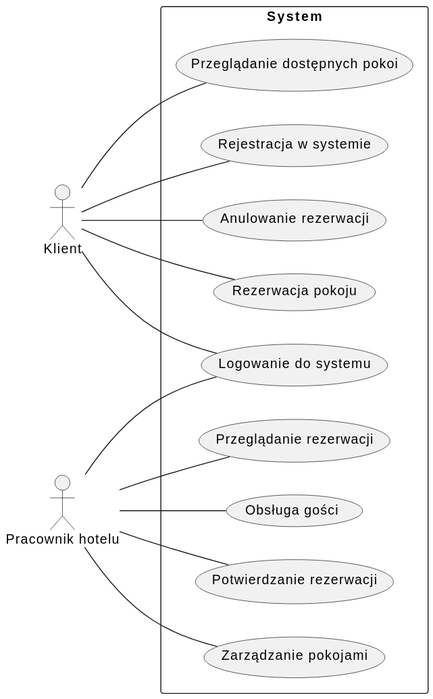
Earlier version of the PlantUML export diagrams/use_case_diagram.svg (jdaszkiewicz/diagramy).
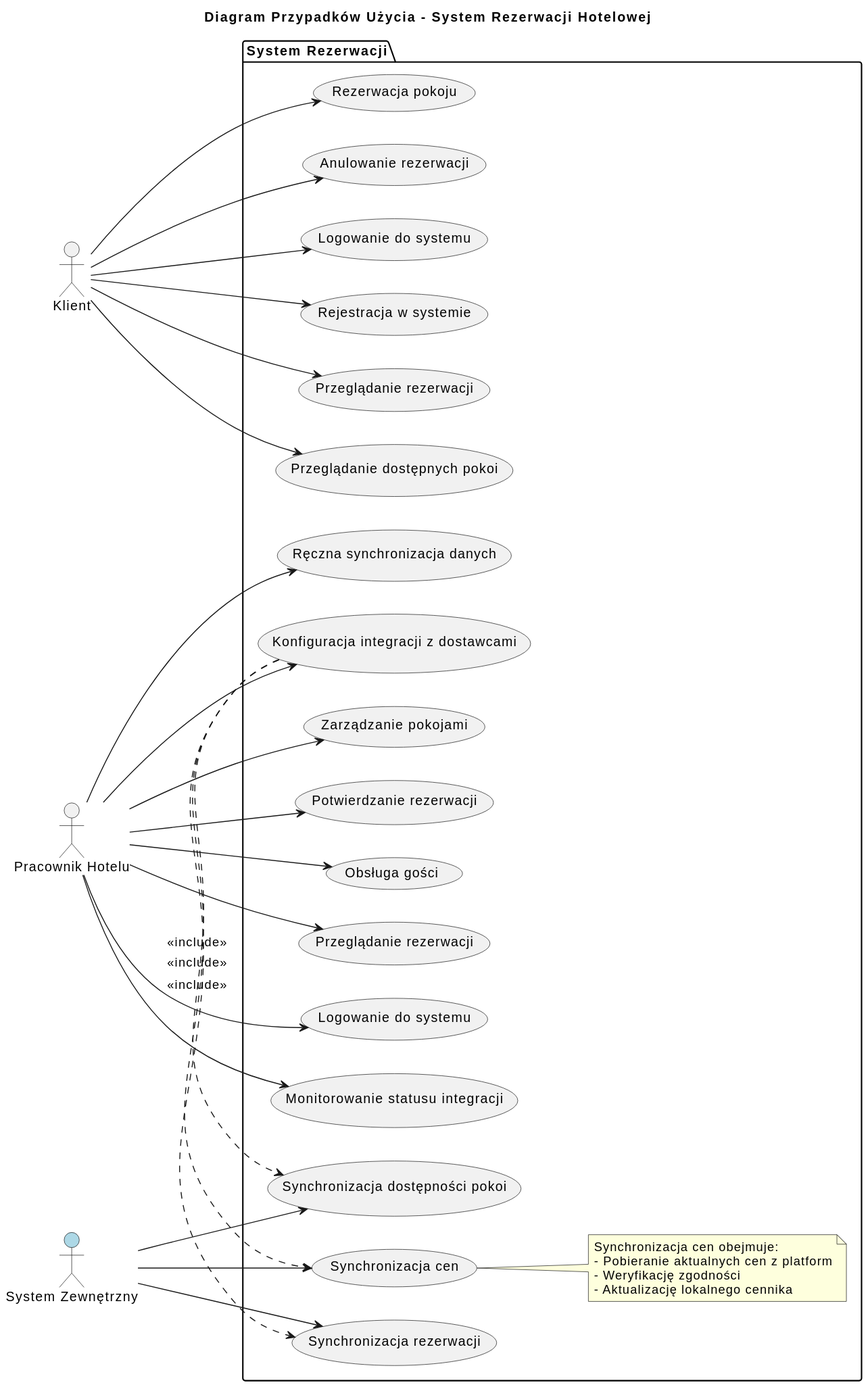
After the change.

The edit, as a diff of the source:
```diff
@@ -1,19 +1,63 @@
 @startuml
-left to right direction
+title Diagram Przypadków Użycia - System Rezerwacji Hotelowej
+
+ left to right direction
+
  actor Klient
- actor "Pracownik hotelu" as Pracownik
+ actor "Pracownik Hotelu" as Pracownik
+ actor "System Zewnętrzny" as ExternalSystem #lightblue
 
- rectangle System {
-   Klient -- (Przeglądanie dostępnych pokoi)
-   Klient -- (Rezerwacja pokoju)
-   Klient -- (Anulowanie rezerwacji)
-   Klient -- (Logowanie do systemu)
-   Klient -- (Rejestracja w systemie)
+ package "System Rezerwacji" {
+   usecase "Przeglądanie dostępnych pokoi" as UC1
+   usecase "Rezerwacja pokoju" as UC2
+   usecase "Anulowanie rezerwacji" as UC3
+   usecase "Logowanie do systemu" as UC4
+   usecase "Rejestracja w systemie" as UC5
+   usecase "Przeglądanie rezerwacji" as UC6
 
-   Pracownik -- (Zarządzanie pokojami)
-   Pracownik -- (Potwierdzanie rezerwacji)
-   Pracownik -- (Obsługa gości)
-   Pracownik -- (Przeglądanie rezerwacji)
-   Pracownik -- (Logowanie do systemu)
+   usecase "Zarządzanie pokojami" as UC7
+   usecase "Potwierdzanie rezerwacji" as UC8
+   usecase "Obsługa gości" as UC9
+   usecase "Przeglądanie rezerwacji" as UC10
+   usecase "Logowanie do systemu" as UC11
+
+   usecase "Konfiguracja integracji z dostawcami" as UC12
+   usecase "Monitorowanie statusu integracji" as UC13
+   usecase "Ręczna synchronizacja danych" as UC14
+
+   usecase "Synchronizacja rezerwacji" as UC15
+   usecase "Synchronizacja dostępności pokoi" as UC16
+   usecase "Synchronizacja cen" as UC17
+
+   UC12 .> UC15 : <<include>>
+   UC12 .> UC16 : <<include>>
+   UC12 .> UC17 : <<include>>
+
+   note right of UC17
+     Synchronizacja cen obejmuje:
+     - Pobieranie aktualnych cen z platform
+     - Weryfikację zgodności
+     - Aktualizację lokalnego cennika
+   end note
  }
+
+ Klient --> UC1
+ Klient --> UC2
+ Klient --> UC3
+ Klient --> UC4
+ Klient --> UC5
+ Klient --> UC6
+
+ Pracownik --> UC7
+ Pracownik --> UC8
+ Pracownik --> UC9
+ Pracownik --> UC10
+ Pracownik --> UC11
+ Pracownik --> UC12
+ Pracownik --> UC13
+ Pracownik --> UC14
+
+ ExternalSystem --> UC15
+ ExternalSystem --> UC16
+ ExternalSystem --> UC17
 @enduml
```
